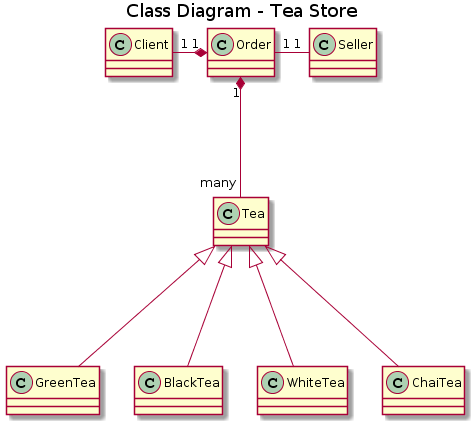
Earlier version of the PlantUML export uml/class-diagram-models.png (TomazMartins/tea-store).
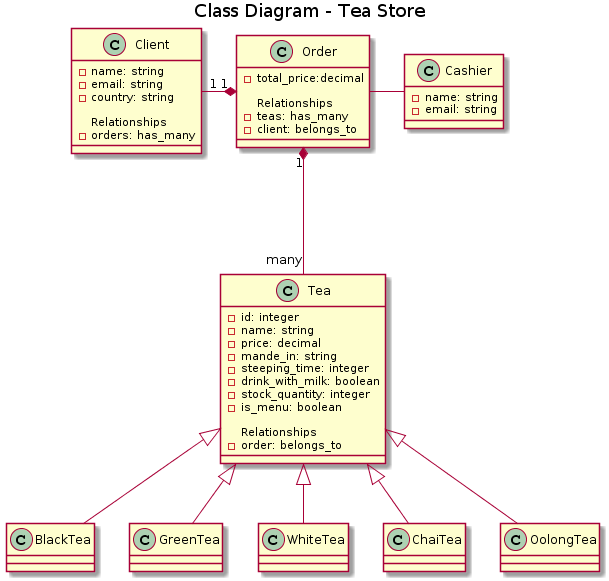
The same diagram one commit later.

Commit message:
Atualizando diagrama de classes

What changed in the source:
```diff
@@ -1,25 +1,56 @@
 @startuml
 title Class Diagram - Tea Store
 
-
-class Tea
-
+class BlackTea
 class GreenTea
-class BlackTea
 class WhiteTea
 class ChaiTea
+class OolongTea
 
 
-class Order
-class Client
-class Seller
+class Tea {
+- id: integer
+- name: string
+- price: decimal
+- mande_in: string
+- steeping_time: integer
+- drink_with_milk: boolean
+-stock_quantity: integer
+- is_menu: boolean
 
-Tea <|--- BlackTea
-Tea <|--- GreenTea
-Tea <|--- WhiteTea
-Tea <|--- ChaiTea
+  ..Relationships..
+- order: belongs_to
+}
+
+class Order {
+- total_price:decimal
+
+  ..Relationships ..
+- teas: has_many
+- client: belongs_to
+}
+
+class Client {
+- name: string
+- email: string
+- country: string
+
+  ..Relationships ..
+- orders: has_many
+}
+
+class Cashier {
+- name: string
+- email: string
+}
+
+BlackTea -up-|> Tea
+GreenTea -up-|> Tea
+WhiteTea -up-|> Tea
+ChaiTea -up-|> Tea
+OolongTea -up-|> Tea
 
 Order "1" *--- "many" Tea
-Order "1" *---left-- "1"    Client
-Order "1" --right-- "1"    Seller
+Order "1" *---left-- "1" Client
+Order -right- Cashier
 @enduml
```
